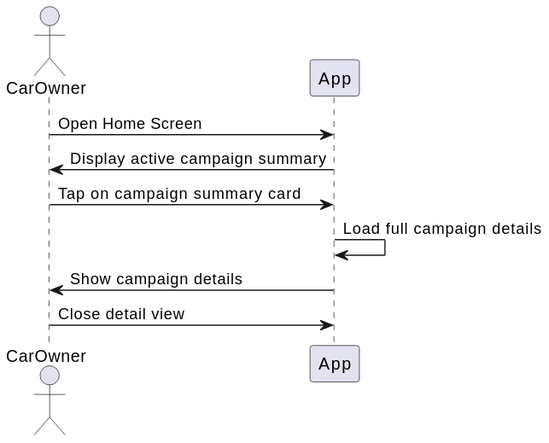
Earlier version of the PlantUML export DOCS/Usecases/User/InspectCampaignDetails/DisplayCampaignDetails.svg (TheXik/Ad-on-Wheels).
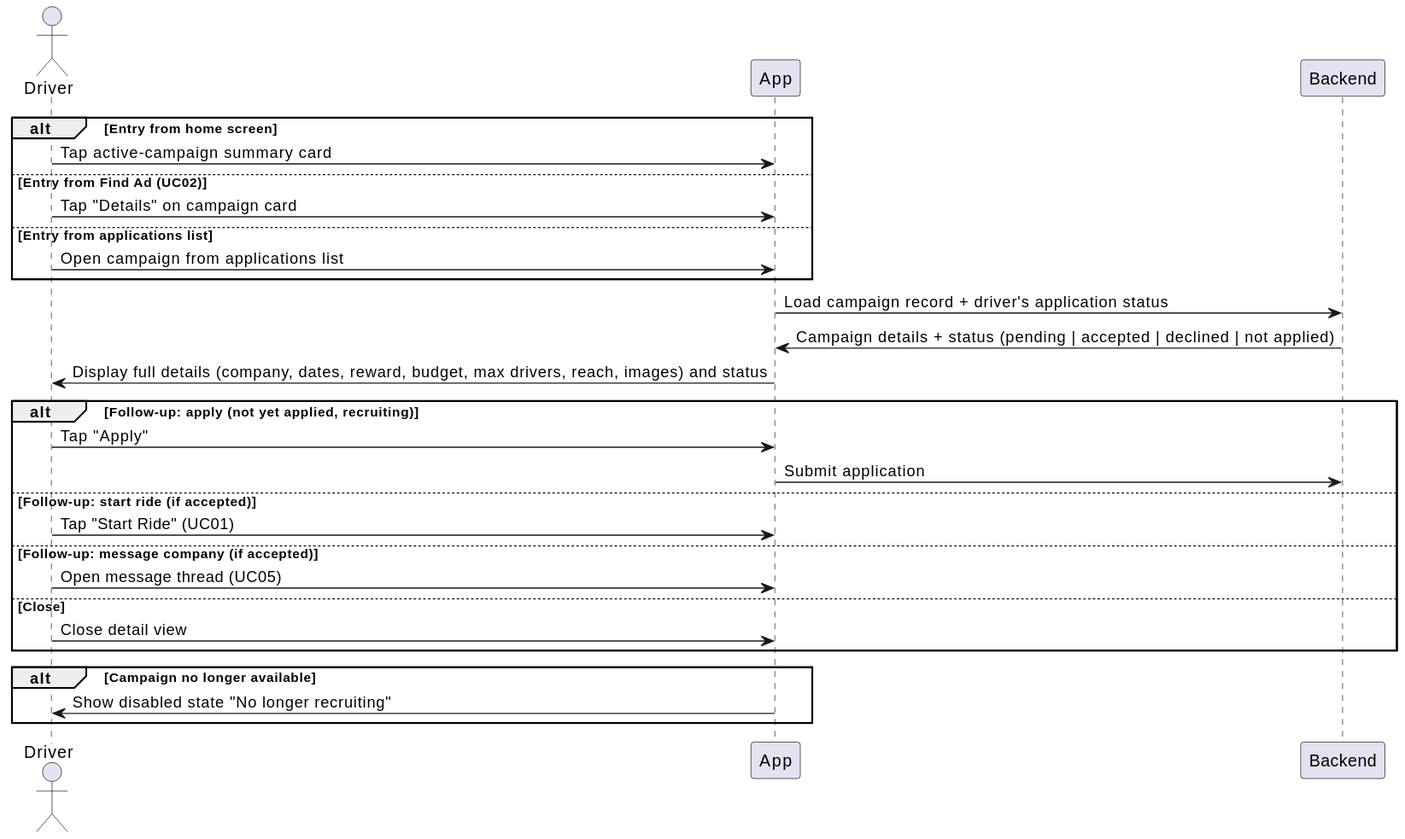
The same file after the commit.

What changed in the source:
```diff
@@ -1,13 +1,30 @@
 @startuml
-actor CarOwner
+actor Driver
 
-CarOwner -> App : Open Home Screen
-App -> CarOwner : Display active campaign summary
+alt Entry from home screen
+    Driver -> App : Tap active-campaign summary card
+else Entry from Find Ad (UC02)
+    Driver -> App : Tap "Details" on campaign card
+else Entry from applications list
+    Driver -> App : Open campaign from applications list
+end
 
-CarOwner -> App : Tap on campaign summary card
-App -> App : Load full campaign details
+App -> Backend : Load campaign record + driver's application status
+Backend -> App : Campaign details + status (pending | accepted | declined | not applied)
+App -> Driver : Display full details (company, dates, reward, budget, max drivers, reach, images) and status
 
-App -> CarOwner : Show campaign details
+alt Follow-up: apply (not yet applied, recruiting)
+    Driver -> App : Tap "Apply"
+    App -> Backend : Submit application
+else Follow-up: start ride (if accepted)
+    Driver -> App : Tap "Start Ride" (UC01)
+else Follow-up: message company (if accepted)
+    Driver -> App : Open message thread (UC05)
+else Close
+    Driver -> App : Close detail view
+end
 
-CarOwner -> App : Close detail view
+alt Campaign no longer available
+    App -> Driver : Show disabled state "No longer recruiting"
+end
 @enduml
```
